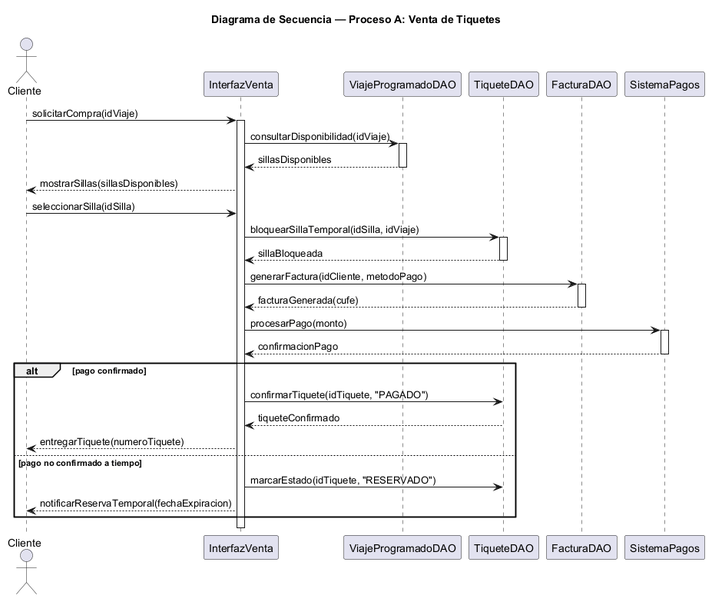
This is docs/parcial-primer-corte/diagramas/secuencia/secuencia_venta_tiquetes.png from SKing25/Copetran-, a PlantUML export, as it was before one commit. The source it was exported from:
```plantuml
@startuml secuencia_venta_tiquetes
!pragma layout smetana
title Diagrama de Secuencia — Proceso A: Venta de Tiquetes
actor Cliente
participant "InterfazVenta" as UI
participant "ViajeProgramadoDAO" as ViajeDAO
participant "TiqueteDAO" as TiqueteDAO
participant "FacturaDAO" as FacturaDAO
participant "SistemaPagos" as Pagos

Cliente -> UI : solicitarCompra(idViaje)
activate UI
UI -> ViajeDAO : consultarDisponibilidad(idViaje)
activate ViajeDAO
ViajeDAO --> UI : sillasDisponibles
deactivate ViajeDAO
UI --> Cliente : mostrarSillas(sillasDisponibles)
Cliente -> UI : seleccionarSilla(idSilla)
UI -> TiqueteDAO : bloquearSillaTemporal(idSilla, idViaje)
activate TiqueteDAO
TiqueteDAO --> UI : sillaBloqueada
deactivate TiqueteDAO
UI -> FacturaDAO : generarFactura(idCliente, metodoPago)
activate FacturaDAO
FacturaDAO --> UI : facturaGenerada(cufe)
deactivate FacturaDAO
UI -> Pagos : procesarPago(monto)
activate Pagos
Pagos --> UI : confirmacionPago
deactivate Pagos

alt pago confirmado
    UI -> TiqueteDAO : confirmarTiquete(idTiquete, "PAGADO")
    TiqueteDAO --> UI : tiqueteConfirmado
    UI --> Cliente : entregarTiquete(numeroTiquete)
else pago no confirmado a tiempo
    UI -> TiqueteDAO : marcarEstado(idTiquete, "RESERVADO")
    UI --> Cliente : notificarReservaTemporal(fechaExpiracion)
end
deactivate UI
@enduml
```
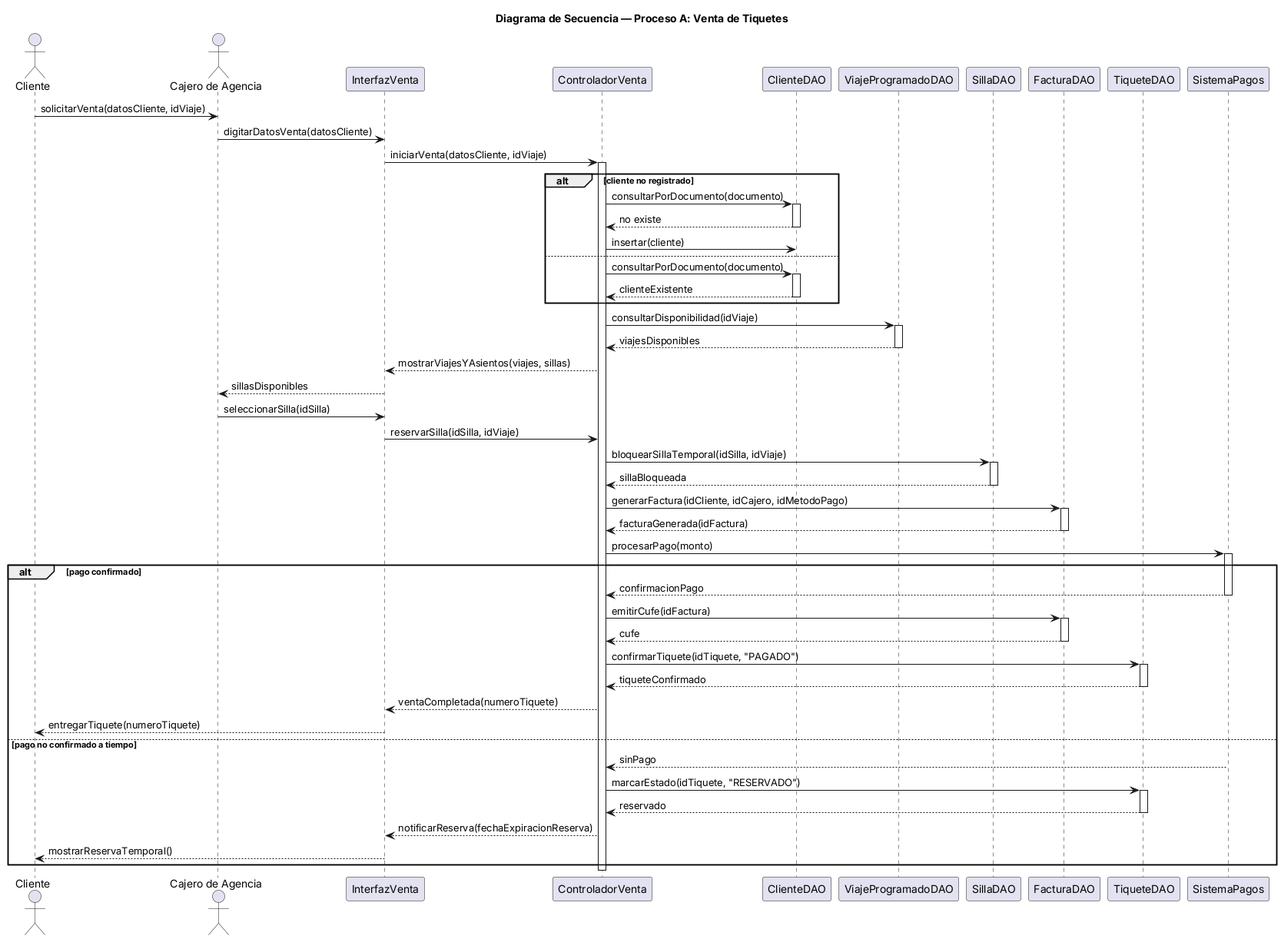
Above is the later version.

Diff of the diagram source:
```diff
@@ -1,41 +1,77 @@
 @startuml secuencia_venta_tiquetes
-!pragma layout smetana
 title Diagrama de Secuencia — Proceso A: Venta de Tiquetes
 actor Cliente
+actor "Cajero de Agencia" as Cajero
 participant "InterfazVenta" as UI
+participant "ControladorVenta" as Controlador
+participant "ClienteDAO" as ClienteDAO
 participant "ViajeProgramadoDAO" as ViajeDAO
+participant "SillaDAO" as SillaDAO
+participant "FacturaDAO" as FacturaDAO
 participant "TiqueteDAO" as TiqueteDAO
-participant "FacturaDAO" as FacturaDAO
 participant "SistemaPagos" as Pagos
 
-Cliente -> UI : solicitarCompra(idViaje)
-activate UI
-UI -> ViajeDAO : consultarDisponibilidad(idViaje)
+Cliente -> Cajero : solicitarVenta(datosCliente, idViaje)
+Cajero -> UI : digitarDatosVenta(datosCliente)
+UI -> Controlador : iniciarVenta(datosCliente, idViaje)
+activate Controlador
+
+alt cliente no registrado
+    Controlador -> ClienteDAO : consultarPorDocumento(documento)
+    activate ClienteDAO
+    ClienteDAO --> Controlador : no existe
+    deactivate ClienteDAO
+    Controlador -> ClienteDAO : insertar(cliente)
+else
+    Controlador -> ClienteDAO : consultarPorDocumento(documento)
+    activate ClienteDAO
+    ClienteDAO --> Controlador : clienteExistente
+    deactivate ClienteDAO
+end
+
+Controlador -> ViajeDAO : consultarDisponibilidad(idViaje)
 activate ViajeDAO
-ViajeDAO --> UI : sillasDisponibles
+ViajeDAO --> Controlador : viajesDisponibles
 deactivate ViajeDAO
-UI --> Cliente : mostrarSillas(sillasDisponibles)
-Cliente -> UI : seleccionarSilla(idSilla)
-UI -> TiqueteDAO : bloquearSillaTemporal(idSilla, idViaje)
-activate TiqueteDAO
-TiqueteDAO --> UI : sillaBloqueada
-deactivate TiqueteDAO
-UI -> FacturaDAO : generarFactura(idCliente, metodoPago)
+
+Controlador --> UI : mostrarViajesYAsientos(viajes, sillas)
+UI --> Cajero : sillasDisponibles
+Cajero -> UI : seleccionarSilla(idSilla)
+UI -> Controlador : reservarSilla(idSilla, idViaje)
+Controlador -> SillaDAO : bloquearSillaTemporal(idSilla, idViaje)
+activate SillaDAO
+SillaDAO --> Controlador : sillaBloqueada
+deactivate SillaDAO
+
+Controlador -> FacturaDAO : generarFactura(idCliente, idCajero, idMetodoPago)
 activate FacturaDAO
-FacturaDAO --> UI : facturaGenerada(cufe)
+FacturaDAO --> Controlador : facturaGenerada(idFactura)
 deactivate FacturaDAO
-UI -> Pagos : procesarPago(monto)
+
+Controlador -> Pagos : procesarPago(monto)
 activate Pagos
-Pagos --> UI : confirmacionPago
-deactivate Pagos
-
 alt pago confirmado
-    UI -> TiqueteDAO : confirmarTiquete(idTiquete, "PAGADO")
-    TiqueteDAO --> UI : tiqueteConfirmado
+    Pagos --> Controlador : confirmacionPago
+    deactivate Pagos
+    Controlador -> FacturaDAO : emitirCufe(idFactura)
+    activate FacturaDAO
+    FacturaDAO --> Controlador : cufe
+    deactivate FacturaDAO
+    Controlador -> TiqueteDAO : confirmarTiquete(idTiquete, "PAGADO")
+    activate TiqueteDAO
+    TiqueteDAO --> Controlador : tiqueteConfirmado
+    deactivate TiqueteDAO
+    Controlador --> UI : ventaCompletada(numeroTiquete)
     UI --> Cliente : entregarTiquete(numeroTiquete)
 else pago no confirmado a tiempo
-    UI -> TiqueteDAO : marcarEstado(idTiquete, "RESERVADO")
-    UI --> Cliente : notificarReservaTemporal(fechaExpiracion)
+    Pagos --> Controlador : sinPago
+    deactivate Pagos
+    Controlador -> TiqueteDAO : marcarEstado(idTiquete, "RESERVADO")
+    activate TiqueteDAO
+    TiqueteDAO --> Controlador : reservado
+    deactivate TiqueteDAO
+    Controlador --> UI : notificarReserva(fechaExpiracionReserva)
+    UI --> Cliente : mostrarReservaTemporal()
 end
-deactivate UI
+deactivate Controlador
 @enduml
```
